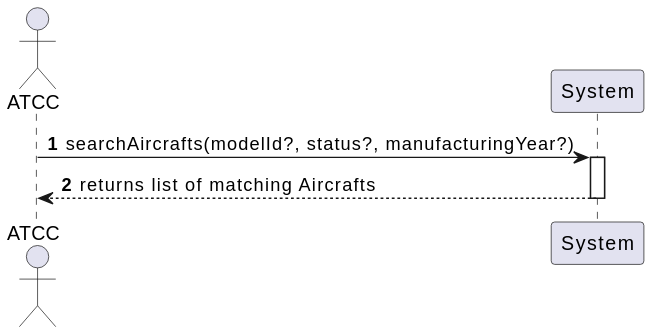
Before: docs/system-documentation/use-cases/WP1A/US104/svg/ssd_us104.svg, a diagram exported from PlantUML (VascoMagolo/psoft_1231562_1241692_1242036_2db). The source it was exported from:
```plantuml
@startuml
autonumber
actor "ATCC" as ATCC
participant "System" as Sys

ATCC -> Sys : searchAircrafts(modelId?, status?, manufacturingYear?)
activate Sys
Sys --> ATCC : returns list of matching Aircrafts
deactivate Sys
@enduml
```
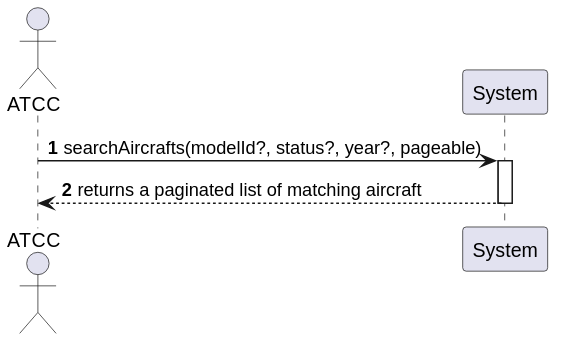
After the commit.

Change to the diagram source:
```diff
@@ -1,10 +1,9 @@
 @startuml
 autonumber
-actor "ATCC" as ATCC
+actor "ATCC" as Actor
 participant "System" as Sys
-
-ATCC -> Sys : searchAircrafts(modelId?, status?, manufacturingYear?)
+Actor -> Sys : searchAircrafts(modelId?, status?, year?, pageable)
 activate Sys
-Sys --> ATCC : returns list of matching Aircrafts
+Sys --> Actor : returns a paginated list of matching aircraft
 deactivate Sys
 @enduml
```
